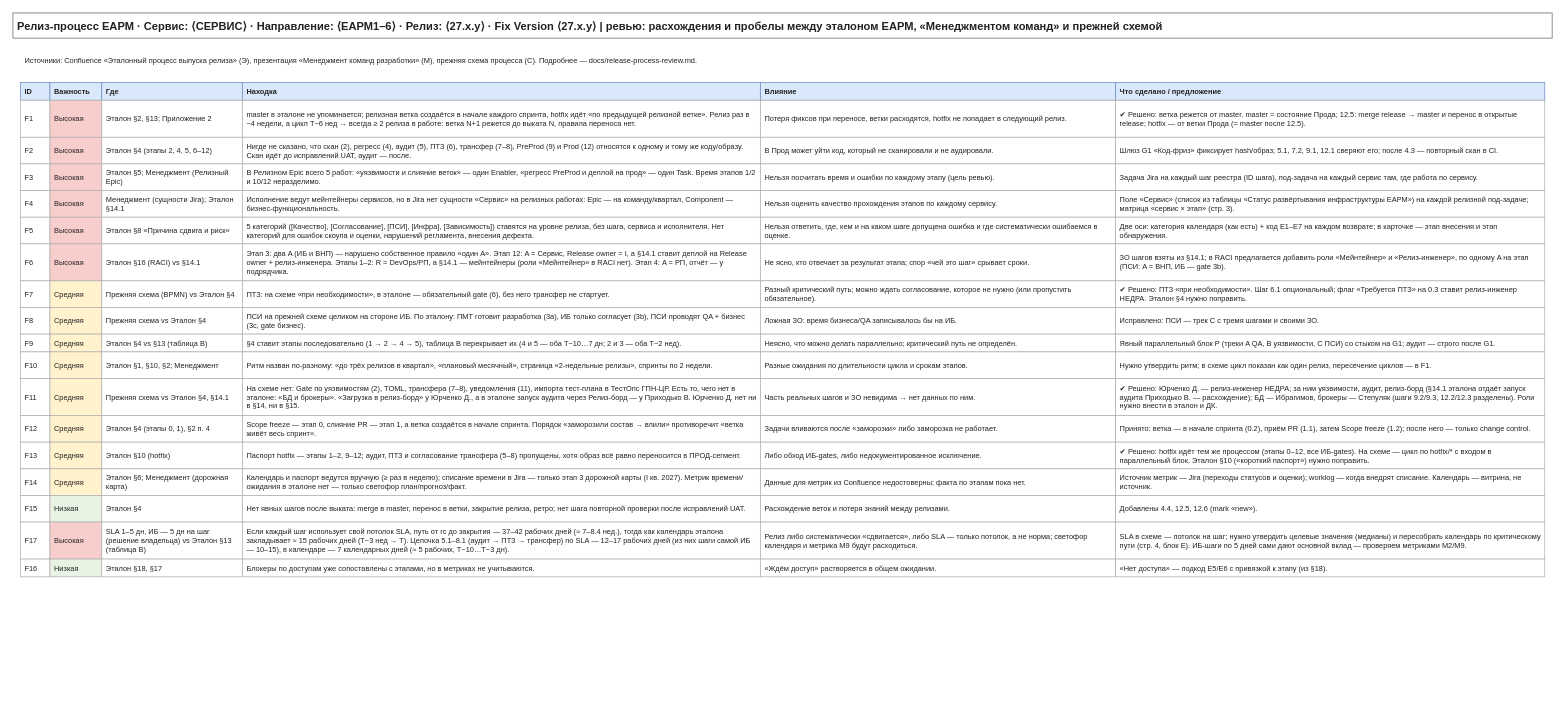
This is page "5. Ревью процессов" (5 of 5) of docs/drawio/10-release-process.drawio from KMNV777/main_arsen, a draw.io file, before an edit. Source tidied: cells renumbered, new cells numbered last; positions are measured from the earlier drawing's top-left corner, leaving out a move shared by most shapes. Both pictures are drawn from the tidied source at 74%, with x=0, y=0 at pixel (13, 13).
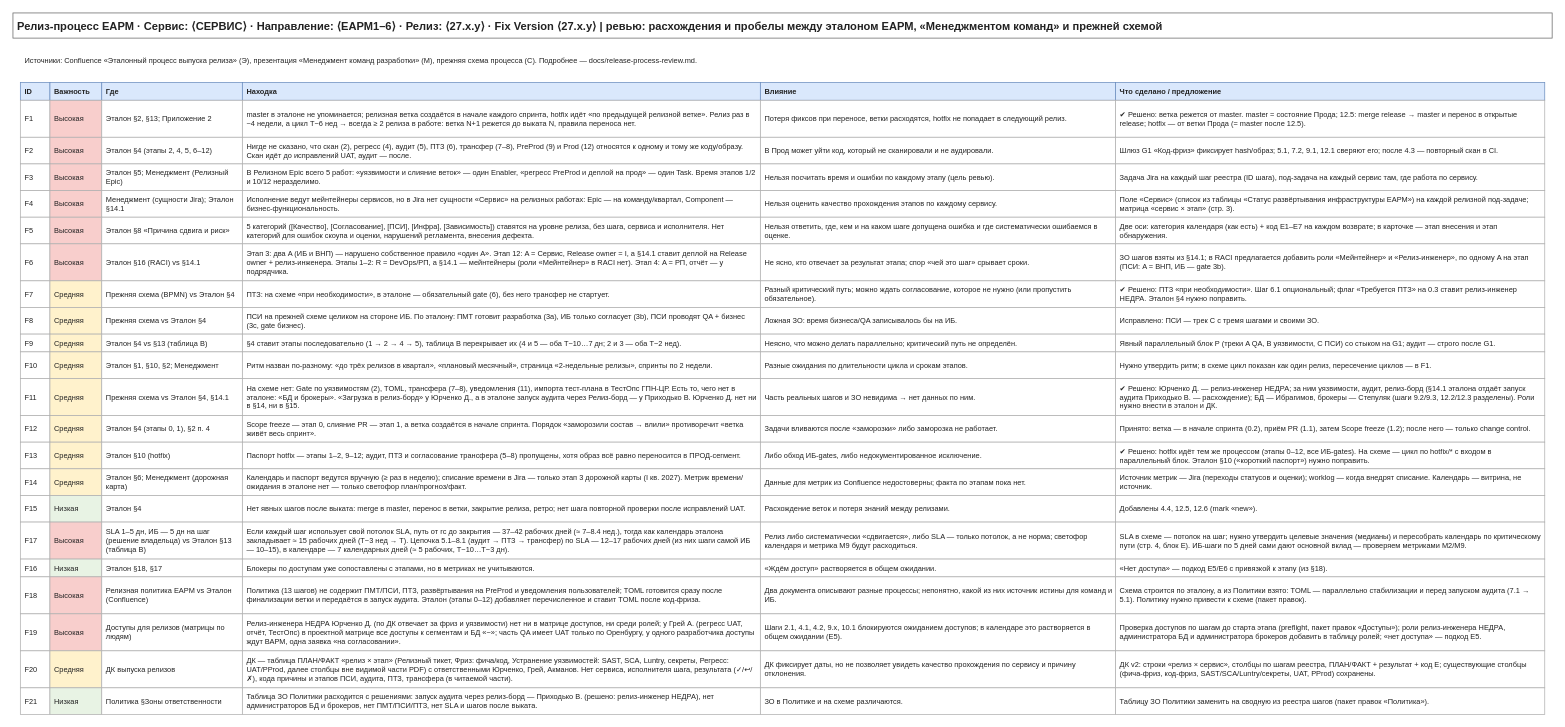
Above is the later version.

Commit message (it also covers changes not shown here):
Add Confluence-ready HTML pack; align process with Release policy, DK and Access docs (TOML parallel, 4 scans, new findings F18-F21)

The edit, as a diff of the source:
```diff
@@
+    <mxCell id="112" value="F18" style="rounded=0;whiteSpace=wrap;html=1;fillColor=#FFFFFF;strokeColor=#B0B0B0;strokeWidth=1;fontSize=10;fontColor=#222222;align=left;verticalAlign=middle;spacingLeft=4;spacingRight=4;spacingTop=2;spacingBottom=2;" parent="1" vertex="1">
+      <mxGeometry x="10" y="762" width="40" height="50" as="geometry" />
+    </mxCell>
+    <mxCell id="113" value="Высокая" style="rounded=0;whiteSpace=wrap;html=1;fillColor=#F8CECC;strokeColor=#B0B0B0;strokeWidth=1;fontSize=10;fontColor=#222222;align=left;verticalAlign=middle;spacingLeft=4;spacingRight=4;spacingTop=2;spacingBottom=2;" parent="1" vertex="1">
+      <mxGeometry x="50" y="762" width="70" height="50" as="geometry" />
+    </mxCell>
+    <mxCell id="114" value="Релизная политика ЕАРМ vs Эталон (Confluence)" style="rounded=0;whiteSpace=wrap;html=1;fillColor=#FFFFFF;strokeColor=#B0B0B0;strokeWidth=1;fontSize=10;fontColor=#222222;align=left;verticalAlign=middle;spacingLeft=4;spacingRight=4;spacingTop=2;spacingBottom=2;" parent="1" vertex="1">
+      <mxGeometry x="120" y="762" width="190" height="50" as="geometry" />
+    </mxCell>
+    <mxCell id="115" value="Политика (13 шагов) не содержит ПМТ/ПСИ, ПТЗ, развёртывания на PreProd и уведомления пользователей; TOML готовится сразу после финализации ветки и передаётся в запуск аудита. Эталон (этапы 0–12) добавляет перечисленное и ставит TOML после код-фриза." style="rounded=0;whiteSpace=wrap;html=1;fillColor=#FFFFFF;strokeColor=#B0B0B0;strokeWidth=1;fontSize=10;fontColor=#222222;align=left;verticalAlign=middle;spacingLeft=4;spacingRight=4;spacingTop=2;spacingBottom=2;" parent="1" vertex="1">
+      <mxGeometry x="310" y="762" width="700" height="50" as="geometry" />
+    </mxCell>
+    <mxCell id="116" value="Два документа описывают разные процессы; непонятно, какой из них источник истины для команд и ИБ." style="rounded=0;whiteSpace=wrap;html=1;fillColor=#FFFFFF;strokeColor=#B0B0B0;strokeWidth=1;fontSize=10;fontColor=#222222;align=left;verticalAlign=middle;spacingLeft=4;spacingRight=4;spacingTop=2;spacingBottom=2;" parent="1" vertex="1">
+      <mxGeometry x="1010" y="762" width="480" height="50" as="geometry" />
+    </mxCell>
+    <mxCell id="117" value="Схема строится по эталону, а из Политики взято: TOML — параллельно стабилизации и перед запуском аудита (7.1 → 5.1). Политику нужно привести к схеме (пакет правок)." style="rounded=0;whiteSpace=wrap;html=1;fillColor=#FFFFFF;strokeColor=#B0B0B0;strokeWidth=1;fontSize=10;fontColor=#222222;align=left;verticalAlign=middle;spacingLeft=4;spacingRight=4;spacingTop=2;spacingBottom=2;" parent="1" vertex="1">
+      <mxGeometry x="1490" y="762" width="580" height="50" as="geometry" />
+    </mxCell>
+    <mxCell id="118" value="F19" style="rounded=0;whiteSpace=wrap;html=1;fillColor=#FFFFFF;strokeColor=#B0B0B0;strokeWidth=1;fontSize=10;fontColor=#222222;align=left;verticalAlign=middle;spacingLeft=4;spacingRight=4;spacingTop=2;spacingBottom=2;" parent="1" vertex="1">
+      <mxGeometry x="10" y="812" width="40" height="50" as="geometry" />
+    </mxCell>
+    <mxCell id="119" value="Высокая" style="rounded=0;whiteSpace=wrap;html=1;fillColor=#F8CECC;strokeColor=#B0B0B0;strokeWidth=1;fontSize=10;fontColor=#222222;align=left;verticalAlign=middle;spacingLeft=4;spacingRight=4;spacingTop=2;spacingBottom=2;" parent="1" vertex="1">
+      <mxGeometry x="50" y="812" width="70" height="50" as="geometry" />
+    </mxCell>
+    <mxCell id="120" value="Доступы для релизов (матрицы по людям)" style="rounded=0;whiteSpace=wrap;html=1;fillColor=#FFFFFF;strokeColor=#B0B0B0;strokeWidth=1;fontSize=10;fontColor=#222222;align=left;verticalAlign=middle;spacingLeft=4;spacingRight=4;spacingTop=2;spacingBottom=2;" parent="1" vertex="1">
+      <mxGeometry x="120" y="812" width="190" height="50" as="geometry" />
+    </mxCell>
+    <mxCell id="121" value="Релиз-инженера НЕДРА Юрченко Д. (по ДК отвечает за фриз и уязвимости) нет ни в матрице доступов, ни среди ролей; у Грей А. (регресс UAT, отчёт, ТестОпс) в проектной матрице все доступы к сегментам и БД «−»; часть QA имеет UAT только по Оренбургу, у одного разработчика доступы ждут ВАРМ, одна заявка «на согласовании»." style="rounded=0;whiteSpace=wrap;html=1;fillColor=#FFFFFF;strokeColor=#B0B0B0;strokeWidth=1;fontSize=10;fontColor=#222222;align=left;verticalAlign=middle;spacingLeft=4;spacingRight=4;spacingTop=2;spacingBottom=2;" parent="1" vertex="1">
+      <mxGeometry x="310" y="812" width="700" height="50" as="geometry" />
+    </mxCell>
+    <mxCell id="122" value="Шаги 2.1, 4.1, 4.2, 9.x, 10.1 блокируются ожиданием доступов; в календаре это растворяется в общем ожидании (E5)." style="rounded=0;whiteSpace=wrap;html=1;fillColor=#FFFFFF;strokeColor=#B0B0B0;strokeWidth=1;fontSize=10;fontColor=#222222;align=left;verticalAlign=middle;spacingLeft=4;spacingRight=4;spacingTop=2;spacingBottom=2;" parent="1" vertex="1">
+      <mxGeometry x="1010" y="812" width="480" height="50" as="geometry" />
+    </mxCell>
+    <mxCell id="123" value="Проверка доступов по шагам до старта этапа (preflight, пакет правок «Доступы»); роли релиз-инженера НЕДРА, администратора БД и администратора брокеров добавить в таблицу ролей; «нет доступа» — подкод E5." style="rounded=0;whiteSpace=wrap;html=1;fillColor=#FFFFFF;strokeColor=#B0B0B0;strokeWidth=1;fontSize=10;fontColor=#222222;align=left;verticalAlign=middle;spacingLeft=4;spacingRight=4;spacingTop=2;spacingBottom=2;" parent="1" vertex="1">
+      <mxGeometry x="1490" y="812" width="580" height="50" as="geometry" />
+    </mxCell>
+    <mxCell id="124" value="F20" style="rounded=0;whiteSpace=wrap;html=1;fillColor=#FFFFFF;strokeColor=#B0B0B0;strokeWidth=1;fontSize=10;fontColor=#222222;align=left;verticalAlign=middle;spacingLeft=4;spacingRight=4;spacingTop=2;spacingBottom=2;" parent="1" vertex="1">
+      <mxGeometry x="10" y="862" width="40" height="50" as="geometry" />
+    </mxCell>
+    <mxCell id="125" value="Средняя" style="rounded=0;whiteSpace=wrap;html=1;fillColor=#FFF2CC;strokeColor=#B0B0B0;strokeWidth=1;fontSize=10;fontColor=#222222;align=left;verticalAlign=middle;spacingLeft=4;spacingRight=4;spacingTop=2;spacingBottom=2;" parent="1" vertex="1">
+      <mxGeometry x="50" y="862" width="70" height="50" as="geometry" />
+    </mxCell>
+    <mxCell id="126" value="ДК выпуска релизов" style="rounded=0;whiteSpace=wrap;html=1;fillColor=#FFFFFF;strokeColor=#B0B0B0;strokeWidth=1;fontSize=10;fontColor=#222222;align=left;verticalAlign=middle;spacingLeft=4;spacingRight=4;spacingTop=2;spacingBottom=2;" parent="1" vertex="1">
+      <mxGeometry x="120" y="862" width="190" height="50" as="geometry" />
+    </mxCell>
+    <mxCell id="127" value="ДК — таблица ПЛАН/ФАКТ «релиз × этап» (Релизный тикет, Фриз: фича/код, Устранение уязвимостей: SAST, SCA, Luntry, секреты, Регресс: UAT/PProd, далее столбцы вне видимой части PDF) с ответственными Юрченко, Грей, Акманов. Нет сервиса, исполнителя шага, результата (✓/↩/✗), кода причины и этапов ПСИ, аудита, ПТЗ, трансфера (в читаемой части)." style="rounded=0;whiteSpace=wrap;html=1;fillColor=#FFFFFF;strokeColor=#B0B0B0;strokeWidth=1;fontSize=10;fontColor=#222222;align=left;verticalAlign=middle;spacingLeft=4;spacingRight=4;spacingTop=2;spacingBottom=2;" parent="1" vertex="1">
+      <mxGeometry x="310" y="862" width="700" height="50" as="geometry" />
+    </mxCell>
+    <mxCell id="128" value="ДК фиксирует даты, но не позволяет увидеть качество прохождения по сервису и причину отклонения." style="rounded=0;whiteSpace=wrap;html=1;fillColor=#FFFFFF;strokeColor=#B0B0B0;strokeWidth=1;fontSize=10;fontColor=#222222;align=left;verticalAlign=middle;spacingLeft=4;spacingRight=4;spacingTop=2;spacingBottom=2;" parent="1" vertex="1">
+      <mxGeometry x="1010" y="862" width="480" height="50" as="geometry" />
+    </mxCell>
+    <mxCell id="129" value="ДК v2: строки «релиз × сервис», столбцы по шагам реестра, ПЛАН/ФАКТ + результат + код E; существующие столбцы (фича-фриз, код-фриз, SAST/SCA/Luntry/секреты, UAT, PProd) сохранены." style="rounded=0;whiteSpace=wrap;html=1;fillColor=#FFFFFF;strokeColor=#B0B0B0;strokeWidth=1;fontSize=10;fontColor=#222222;align=left;verticalAlign=middle;spacingLeft=4;spacingRight=4;spacingTop=2;spacingBottom=2;" parent="1" vertex="1">
+      <mxGeometry x="1490" y="862" width="580" height="50" as="geometry" />
+    </mxCell>
+    <mxCell id="130" value="F21" style="rounded=0;whiteSpace=wrap;html=1;fillColor=#FFFFFF;strokeColor=#B0B0B0;strokeWidth=1;fontSize=10;fontColor=#222222;align=left;verticalAlign=middle;spacingLeft=4;spacingRight=4;spacingTop=2;spacingBottom=2;" parent="1" vertex="1">
+      <mxGeometry x="10" y="912" width="40" height="36" as="geometry" />
+    </mxCell>
+    <mxCell id="131" value="Низкая" style="rounded=0;whiteSpace=wrap;html=1;fillColor=#E8F3E4;strokeColor=#B0B0B0;strokeWidth=1;fontSize=10;fontColor=#222222;align=left;verticalAlign=middle;spacingLeft=4;spacingRight=4;spacingTop=2;spacingBottom=2;" parent="1" vertex="1">
+      <mxGeometry x="50" y="912" width="70" height="36" as="geometry" />
+    </mxCell>
+    <mxCell id="132" value="Политика §Зоны ответственности" style="rounded=0;whiteSpace=wrap;html=1;fillColor=#FFFFFF;strokeColor=#B0B0B0;strokeWidth=1;fontSize=10;fontColor=#222222;align=left;verticalAlign=middle;spacingLeft=4;spacingRight=4;spacingTop=2;spacingBottom=2;" parent="1" vertex="1">
+      <mxGeometry x="120" y="912" width="190" height="36" as="geometry" />
+    </mxCell>
+    <mxCell id="133" value="Таблица ЗО Политики расходится с решениями: запуск аудита через релиз-борд — Приходько В. (решено: релиз-инженер НЕДРА), нет администраторов БД и брокеров, нет ПМТ/ПСИ/ПТЗ, нет SLA и шагов после выката." style="rounded=0;whiteSpace=wrap;html=1;fillColor=#FFFFFF;strokeColor=#B0B0B0;strokeWidth=1;fontSize=10;fontColor=#222222;align=left;verticalAlign=middle;spacingLeft=4;spacingRight=4;spacingTop=2;spacingBottom=2;" parent="1" vertex="1">
+      <mxGeometry x="310" y="912" width="700" height="36" as="geometry" />
+    </mxCell>
+    <mxCell id="134" value="ЗО в Политике и на схеме различаются." style="rounded=0;whiteSpace=wrap;html=1;fillColor=#FFFFFF;strokeColor=#B0B0B0;strokeWidth=1;fontSize=10;fontColor=#222222;align=left;verticalAlign=middle;spacingLeft=4;spacingRight=4;spacingTop=2;spacingBottom=2;" parent="1" vertex="1">
+      <mxGeometry x="1010" y="912" width="480" height="36" as="geometry" />
+    </mxCell>
+    <mxCell id="135" value="Таблицу ЗО Политики заменить на сводную из реестра шагов (пакет правок «Политика»)." style="rounded=0;whiteSpace=wrap;html=1;fillColor=#FFFFFF;strokeColor=#B0B0B0;strokeWidth=1;fontSize=10;fontColor=#222222;align=left;verticalAlign=middle;spacingLeft=4;spacingRight=4;spacingTop=2;spacingBottom=2;" parent="1" vertex="1">
+      <mxGeometry x="1490" y="912" width="580" height="36" as="geometry" />
+    </mxCell>
```
